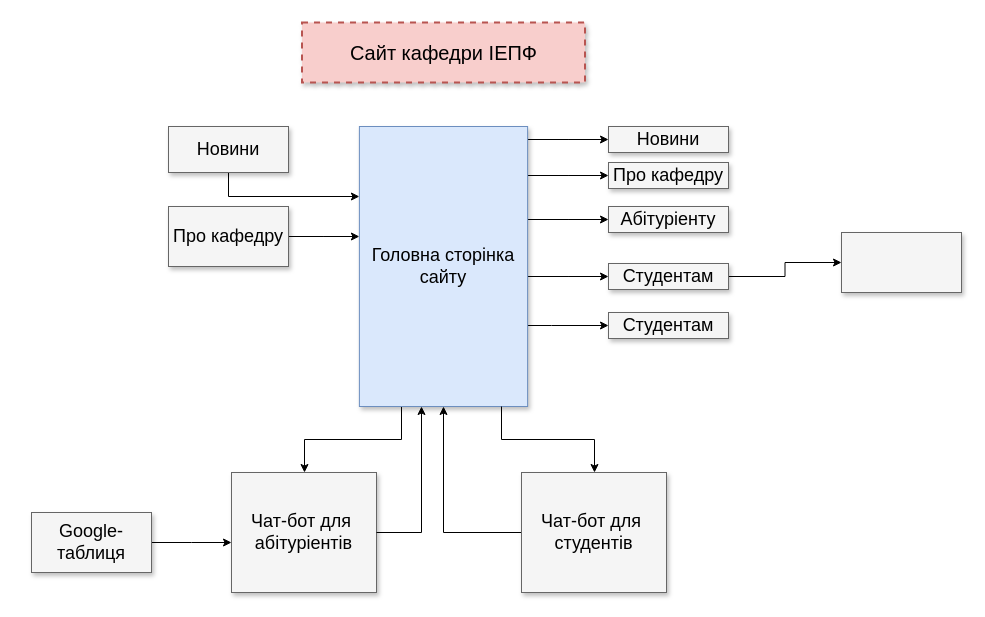
The draw.io diagram Untitled Diagram.drawio in CyberFan-EK/nodejs-course-template, before the edit. Source tidied: cells renumbered, new cells numbered last; positions are measured from the earlier drawing's top-left corner, leaving out a move shared by most shapes. Both pictures are drawn from the tidied source at 100%, with x=0, y=0 at pixel (31, 22).
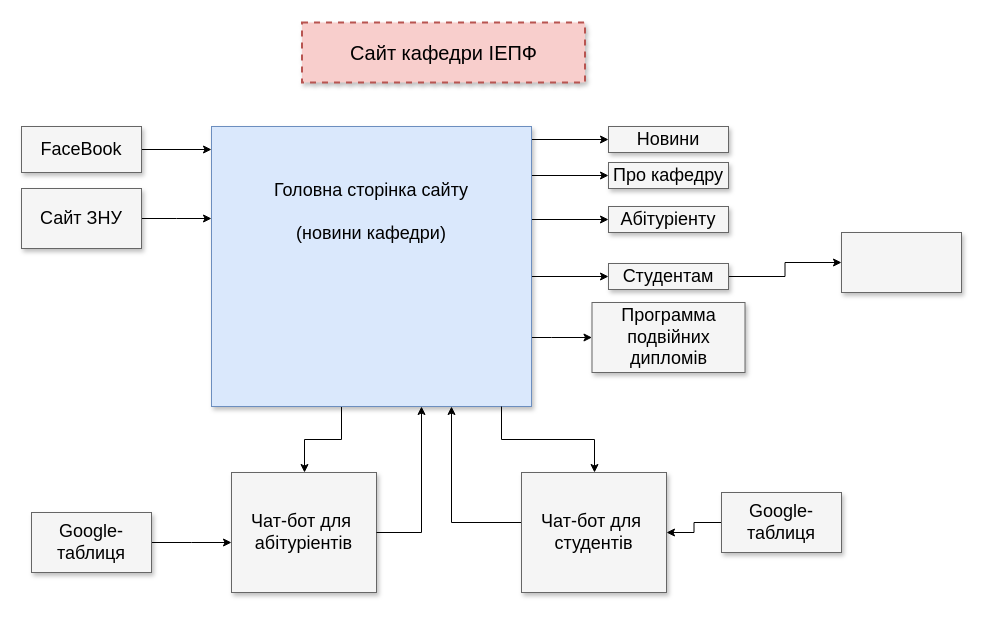
The same page after the edit.

Unchanged cells that the change refers to:
```xml
<mxCell id="19" value="Чат-бот для&amp;nbsp;&lt;br&gt;абітуріентів" style="whiteSpace=wrap;html=1;shadow=1;fontSize=18;fillColor=#f5f5f5;strokeColor=#666666;" parent="1" vertex="1">
  <mxGeometry x="200" y="450" width="145" height="120" as="geometry" />
</mxCell>
<mxCell id="26" value="Чат-бот для&amp;nbsp;&lt;br&gt;студентів" style="whiteSpace=wrap;html=1;shadow=1;fontSize=18;fillColor=#f5f5f5;strokeColor=#666666;" parent="1" vertex="1">
  <mxGeometry x="490" y="450" width="145" height="120" as="geometry" />
</mxCell>
```

Change to the diagram source:
```diff
@@
+    <mxCell id="8" style="edgeStyle=orthogonalEdgeStyle;rounded=0;sketch=0;jettySize=auto;html=1;" parent="1" edge="1" source="9" target="19">
+      <mxGeometry relative="1" as="geometry">
+        <Array as="points">
+          <mxPoint x="310" y="417" />
+          <mxPoint x="273" y="417" />
+        </Array>
+      </mxGeometry>
+    </mxCell>
-    <mxCell id="7" style="edgeStyle=orthogonalEdgeStyle;rounded=0;sketch=0;jettySize=auto;html=1;entryX=0;entryY=0.5;entryDx=0;entryDy=0;" parent="1" edge="1" source="9" target="24">
+    <mxCell id="7" style="edgeStyle=orthogonalEdgeStyle;rounded=0;jettySize=auto;html=1;entryX=0;entryY=0.5;entryDx=0;entryDy=0;" parent="1" edge="1" source="9" target="24">
       <mxGeometry relative="1" as="geometry">
         <Array as="points">
-          <mxPoint x="520" y="303" />
-          <mxPoint x="520" y="303" />
+          <mxPoint x="520" y="315" />
+          <mxPoint x="520" y="315" />
         </Array>
       </mxGeometry>
     </mxCell>
-    <mxCell id="8" style="edgeStyle=orthogonalEdgeStyle;rounded=0;sketch=0;jettySize=auto;html=1;" parent="1" edge="1" source="9" target="19">
-      <mxGeometry relative="1" as="geometry">
-        <Array as="points">
-          <mxPoint x="370" y="417" />
-          <mxPoint x="273" y="417" />
-        </Array>
-      </mxGeometry>
-    </mxCell>
-    <mxCell id="9" value="Головна сторінка сайту" style="whiteSpace=wrap;html=1;shadow=1;fontSize=18;fillColor=#dae8fc;strokeColor=#6c8ebf;" parent="1" vertex="1">
-      <mxGeometry x="327.9" y="104" width="168.2" height="280" as="geometry" />
+    <mxCell id="9" value="Головна сторінка сайту&lt;br&gt;&lt;br&gt;(новини кафедри)&lt;br&gt;&lt;br&gt;&lt;br&gt;&lt;br&gt;&lt;br&gt;&lt;br&gt;" style="whiteSpace=wrap;html=1;shadow=1;fontSize=18;fillColor=#dae8fc;strokeColor=#6c8ebf;" parent="1" vertex="1">
+      <mxGeometry x="180" y="104" width="320" height="280" as="geometry" />
     </mxCell>
@@
     <mxCell id="15" style="edgeStyle=elbowEdgeStyle;rounded=0;html=1;startArrow=none;startFill=0;jettySize=auto;fontSize=18;elbow=vertical;" parent="1" edge="1" source="16" target="9">
       <mxGeometry relative="1" as="geometry">
         <Array as="points">
+          <mxPoint x="220" y="127" />
           <mxPoint x="297" y="174" />
         </Array>
       </mxGeometry>
     </mxCell>
-    <mxCell id="16" value="Новини" style="whiteSpace=wrap;html=1;shadow=1;fontSize=18;fillColor=#f5f5f5;strokeColor=#666666;" parent="1" vertex="1">
-      <mxGeometry x="137" y="104" width="120" height="46" as="geometry" />
+    <mxCell id="16" value="FaceBook" style="whiteSpace=wrap;html=1;shadow=1;fontSize=18;fillColor=#f5f5f5;strokeColor=#666666;" parent="1" vertex="1">
+      <mxGeometry x="-10" y="104" width="120" height="46" as="geometry" />
     </mxCell>
@@
-    <mxCell id="18" value="Про кафедру" style="whiteSpace=wrap;html=1;shadow=1;fontSize=18;fillColor=#f5f5f5;strokeColor=#666666;" parent="1" vertex="1">
-      <mxGeometry x="137" y="184" width="120" height="60" as="geometry" />
+    <mxCell id="18" value="Сайт ЗНУ" style="whiteSpace=wrap;html=1;shadow=1;fontSize=18;fillColor=#f5f5f5;strokeColor=#666666;" parent="1" vertex="1">
+      <mxGeometry x="-10" y="166" width="120" height="60" as="geometry" />
     </mxCell>
@@
-    <mxCell id="24" value="Студентам" style="whiteSpace=wrap;html=1;shadow=1;fontSize=18;fillColor=#f5f5f5;strokeColor=#666666;" parent="1" vertex="1">
-      <mxGeometry x="577" y="290" width="120" height="26" as="geometry" />
+    <mxCell id="24" value="Программа подвійних дипломів" style="whiteSpace=wrap;html=1;shadow=1;fontSize=18;fillColor=#f5f5f5;strokeColor=#666666;" parent="1" vertex="1">
+      <mxGeometry x="560.5" y="280" width="153" height="70" as="geometry" />
     </mxCell>
-    <mxCell id="25" style="edgeStyle=orthogonalEdgeStyle;rounded=0;sketch=0;jettySize=auto;html=1;entryX=0.5;entryY=1;entryDx=0;entryDy=0;" parent="1" edge="1" source="26" target="9">
+    <mxCell id="25" style="edgeStyle=orthogonalEdgeStyle;rounded=0;jettySize=auto;html=1;entryX=0.75;entryY=1;entryDx=0;entryDy=0;" parent="1" edge="1" source="26" target="9">
       <mxGeometry relative="1" as="geometry">
         <Array as="points">
-          <mxPoint x="412" y="510" />
+          <mxPoint x="420" y="500" />
         </Array>
       </mxGeometry>
     </mxCell>
@@
+    <mxCell id="28" style="edgeStyle=orthogonalEdgeStyle;rounded=0;jettySize=auto;html=1;" parent="1" edge="1" source="29" target="26">
+      <mxGeometry relative="1" as="geometry" />
+    </mxCell>
+    <mxCell id="29" value="Google-таблиця" style="whiteSpace=wrap;html=1;shadow=1;fontSize=18;fillColor=#f5f5f5;strokeColor=#666666;" parent="1" vertex="1">
+      <mxGeometry x="690" y="470" width="120" height="60" as="geometry" />
+    </mxCell>
```
